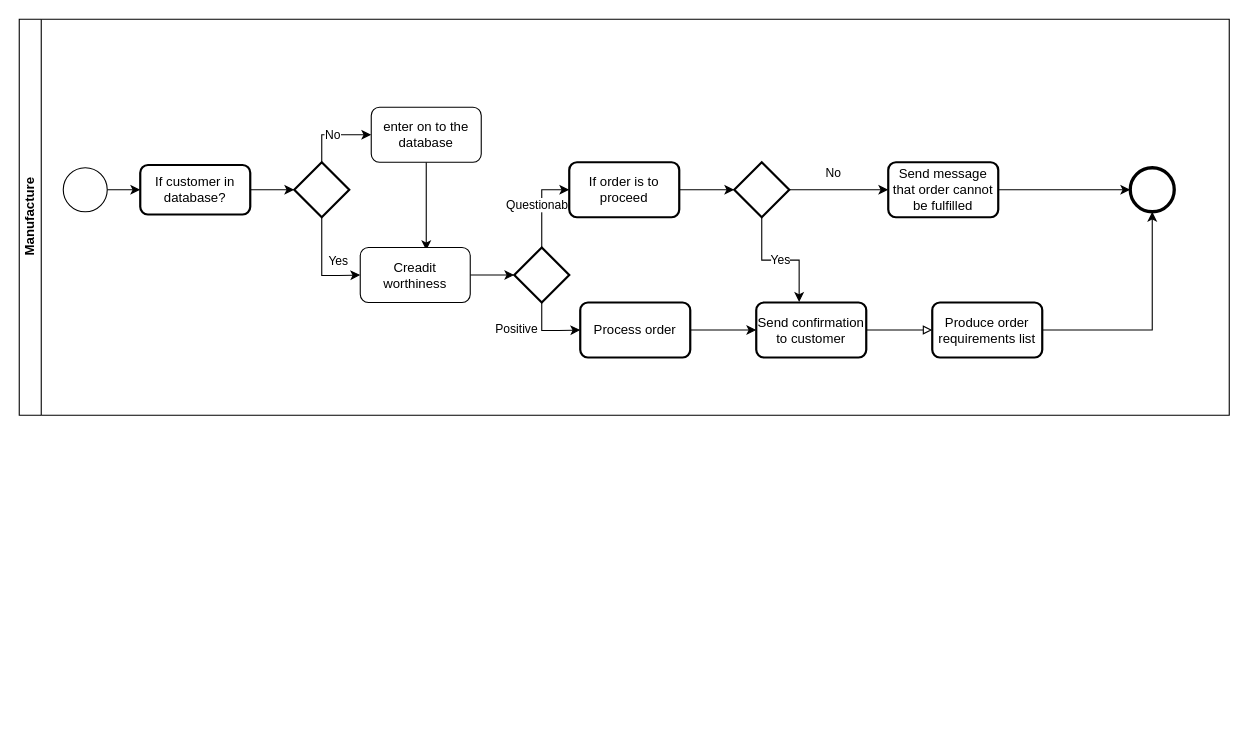
The draw.io diagram Manufacture order procee.drawio in shitanshiwoerzi/test, before the edit. Source tidied: cells renumbered, new cells numbered last; positions are measured from the earlier drawing's top-left corner, leaving out a move shared by most shapes. Both pictures are drawn from the tidied source at 110%, with x=0, y=0 at pixel (19, 19).
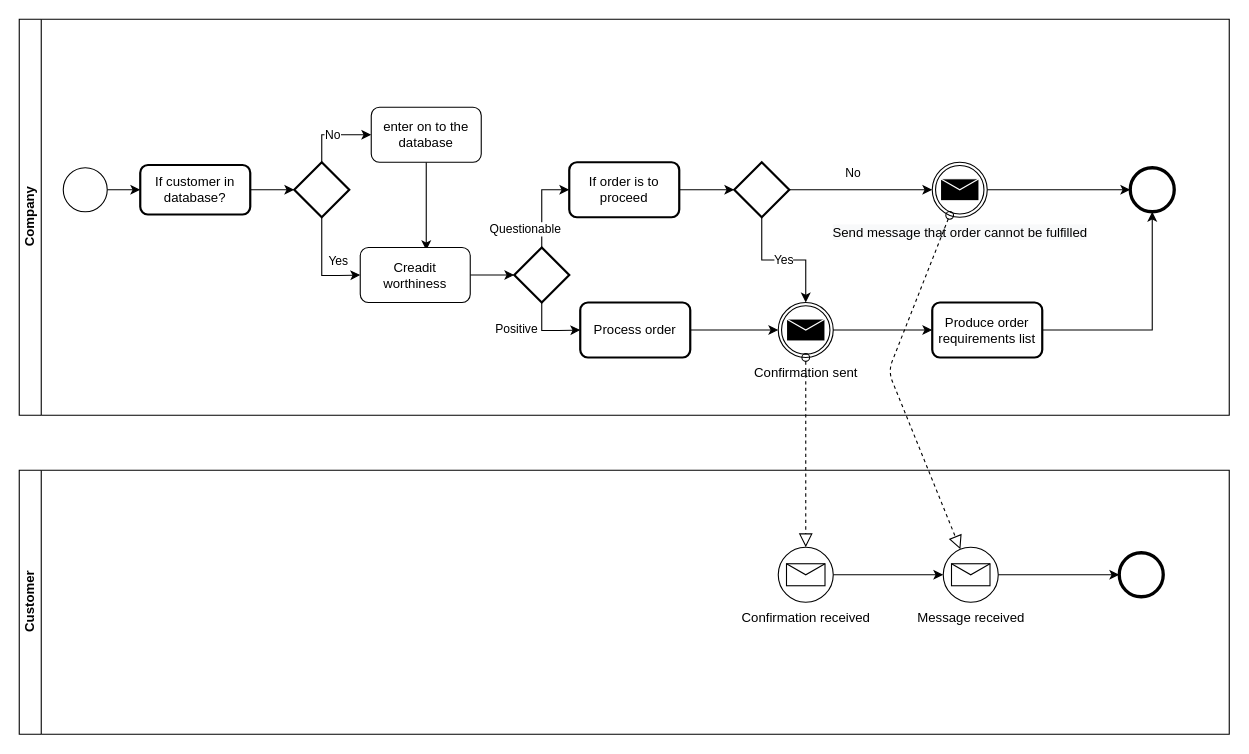
The same page after the edit.

Unchanged cells that the change refers to:
```xml
<mxCell id="6" value="Process order" style="rounded=1;whiteSpace=wrap;html=1;absoluteArcSize=1;arcSize=14;strokeWidth=2;" parent="1" vertex="1">
  <mxGeometry x="510" y="257.5" width="100" height="50" as="geometry" />
</mxCell>
<mxCell id="13" style="strokeWidth=2;html=1;shape=mxgraph.flowchart.decision;whiteSpace=wrap;" parent="1" vertex="1">
  <mxGeometry x="450" y="207.5" width="50" height="50" as="geometry" />
</mxCell>
<mxCell id="18" style="strokeWidth=2;html=1;shape=mxgraph.flowchart.decision;whiteSpace=wrap;" parent="1" vertex="1">
  <mxGeometry x="650" y="130" width="50" height="50" as="geometry" />
</mxCell>
<mxCell id="22" value="Produce order requirements&amp;nbsp;list" style="rounded=1;whiteSpace=wrap;html=1;absoluteArcSize=1;arcSize=14;strokeWidth=2;" parent="1" vertex="1">
  <mxGeometry x="830" y="257.5" width="100" height="50" as="geometry" />
</mxCell>
<mxCell id="29" style="shape=mxgraph.bpmn.shape;html=1;verticalLabelPosition=bottom;labelBackgroundColor=#ffffff;verticalAlign=top;align=center;perimeter=ellipsePerimeter;outlineConnect=0;outline=end;symbol=general;" parent="1" vertex="1">
  <mxGeometry x="1010" y="135" width="40" height="40" as="geometry" />
</mxCell>
```

Diff of the diagram source:
```diff
@@
-    <mxCell id="5" style="edgeStyle=orthogonalEdgeStyle;rounded=0;jettySize=auto;html=1;entryX=0;entryY=0.5;entryDx=0;entryDy=0;" parent="1" edge="1" source="6" target="8">
-      <mxGeometry relative="1" as="geometry" />
-    </mxCell>
+    <mxCell id="31" style="edgeStyle=orthogonalEdgeStyle;rounded=0;jettySize=auto;html=1;entryX=0;entryY=0.5;entryDx=0;entryDy=0;" parent="1" edge="1" source="6" target="32">
+      <mxGeometry relative="1" as="geometry" />
+    </mxCell>
@@
-    <mxCell id="7" style="edgeStyle=orthogonalEdgeStyle;rounded=0;jettySize=auto;html=1;endArrow=block;endFill=0;strokeColor=#000000;" parent="1" edge="1" source="8" target="22">
-      <mxGeometry relative="1" as="geometry" />
-    </mxCell>
-    <mxCell id="8" value="Send confirmation to customer" style="rounded=1;whiteSpace=wrap;html=1;absoluteArcSize=1;arcSize=14;strokeWidth=2;" parent="1" vertex="1">
-      <mxGeometry x="670" y="257.5" width="100" height="50" as="geometry" />
-    </mxCell>
@@
     <mxCell id="11" value="Questionable" style="edgeStyle=orthogonalEdgeStyle;rounded=0;jettySize=auto;html=1;entryX=0;entryY=0.5;entryDx=0;entryDy=0;" parent="1" edge="1" source="13" target="15">
-      <mxGeometry relative="1" as="geometry" />
+      <mxGeometry x="-0.55" y="15" relative="1" as="geometry" />
     </mxCell>
@@
-    <mxCell id="15" value="If order is to proceed" style="rounded=1;whiteSpace=wrap;html=1;absoluteArcSize=1;arcSize=14;strokeWidth=2;" parent="1" vertex="1">
-      <mxGeometry x="500" y="130" width="100" height="50" as="geometry" />
-    </mxCell>
@@
-    <mxCell id="17" value="Yes" style="edgeStyle=orthogonalEdgeStyle;rounded=0;jettySize=auto;html=1;entryX=0.39;entryY=-0.01;entryDx=0;entryDy=0;entryPerimeter=0;" parent="1" edge="1" source="18" target="8">
-      <mxGeometry relative="1" as="geometry">
-        <Array as="points">
-          <mxPoint x="675" y="219" />
-          <mxPoint x="709" y="219" />
-        </Array>
-      </mxGeometry>
+    <mxCell id="17" value="Yes" style="edgeStyle=orthogonalEdgeStyle;rounded=0;jettySize=auto;html=1;entryX=0.5;entryY=0;entryDx=0;entryDy=0;" parent="1" edge="1" source="18" target="32">
+      <mxGeometry relative="1" as="geometry" />
     </mxCell>
@@
-    <mxCell id="19" style="edgeStyle=orthogonalEdgeStyle;rounded=0;jettySize=auto;html=1;entryX=0;entryY=0.5;entryDx=0;entryDy=0;" parent="1" edge="1" source="20" target="29">
+    <mxCell id="19" style="edgeStyle=orthogonalEdgeStyle;rounded=0;jettySize=auto;html=1;entryX=0;entryY=0.5;entryDx=0;entryDy=0;exitX=1;exitY=0.5;exitDx=0;exitDy=0;" parent="1" edge="1" source="20" target="29">
       <mxGeometry relative="1" as="geometry" />
     </mxCell>
-    <mxCell id="20" value="Send message that order cannot be fulfilled" style="rounded=1;whiteSpace=wrap;html=1;absoluteArcSize=1;arcSize=14;strokeWidth=2;" parent="1" vertex="1">
-      <mxGeometry x="790" y="130" width="100" height="50" as="geometry" />
-    </mxCell>
@@
-    <mxCell id="30" value="Manufacture" style="swimlane;html=1;horizontal=0;startSize=20;" parent="1" vertex="1">
+    <mxCell id="30" value="Company" style="swimlane;html=1;horizontal=0;startSize=20;" parent="1" vertex="1">
       <mxGeometry width="1100" height="360" as="geometry" />
     </mxCell>
+    <mxCell id="15" value="If order is to proceed" style="rounded=1;whiteSpace=wrap;html=1;absoluteArcSize=1;arcSize=14;strokeWidth=2;" parent="30" vertex="1">
+      <mxGeometry x="500" y="130" width="100" height="50" as="geometry" />
+    </mxCell>
+    <mxCell id="32" value="Confirmation sent" style="shape=mxgraph.bpmn.shape;html=1;verticalLabelPosition=bottom;labelBackgroundColor=#ffffff;verticalAlign=top;align=center;perimeter=ellipsePerimeter;outlineConnect=0;outline=throwing;symbol=message;" parent="30" vertex="1">
+      <mxGeometry x="690" y="257.5" width="50" height="50" as="geometry" />
+    </mxCell>
+    <mxCell id="20" value="&lt;span style=&quot;background-color: rgb(248 , 249 , 250)&quot;&gt;Send message that order cannot be fulfilled&lt;/span&gt;" style="shape=mxgraph.bpmn.shape;html=1;verticalLabelPosition=bottom;labelBackgroundColor=#ffffff;verticalAlign=top;align=center;perimeter=ellipsePerimeter;outlineConnect=0;outline=throwing;symbol=message;" parent="30" vertex="1">
+      <mxGeometry x="830" y="130" width="50" height="50" as="geometry" />
+    </mxCell>
+    <mxCell id="33" value="Customer" style="swimlane;html=1;horizontal=0;startSize=20;" parent="1" vertex="1">
+      <mxGeometry y="410" width="1100" height="240" as="geometry" />
+    </mxCell>
+    <mxCell id="34" style="edgeStyle=orthogonalEdgeStyle;rounded=0;jettySize=auto;html=1;entryX=0;entryY=0.5;entryDx=0;entryDy=0;" parent="33" edge="1" source="35" target="37">
+      <mxGeometry relative="1" as="geometry" />
+    </mxCell>
+    <mxCell id="35" value="Confirmation received" style="shape=mxgraph.bpmn.shape;html=1;verticalLabelPosition=bottom;labelBackgroundColor=#ffffff;verticalAlign=top;align=center;perimeter=ellipsePerimeter;outlineConnect=0;outline=standard;symbol=message;" parent="33" vertex="1">
+      <mxGeometry x="690" y="70" width="50" height="50" as="geometry" />
+    </mxCell>
+    <mxCell id="36" style="edgeStyle=orthogonalEdgeStyle;rounded=0;jettySize=auto;html=1;entryX=0;entryY=0.5;entryDx=0;entryDy=0;" parent="33" edge="1" source="37" target="38">
+      <mxGeometry relative="1" as="geometry" />
+    </mxCell>
+    <mxCell id="37" value="Message received" style="shape=mxgraph.bpmn.shape;html=1;verticalLabelPosition=bottom;labelBackgroundColor=#ffffff;verticalAlign=top;align=center;perimeter=ellipsePerimeter;outlineConnect=0;outline=standard;symbol=message;" parent="33" vertex="1">
+      <mxGeometry x="840" y="70" width="50" height="50" as="geometry" />
+    </mxCell>
+    <mxCell id="38" style="shape=mxgraph.bpmn.shape;html=1;verticalLabelPosition=bottom;labelBackgroundColor=#ffffff;verticalAlign=top;align=center;perimeter=ellipsePerimeter;outlineConnect=0;outline=end;symbol=general;" parent="33" vertex="1">
+      <mxGeometry x="1000" y="75" width="40" height="40" as="geometry" />
+    </mxCell>
+    <mxCell id="39" style="edgeStyle=orthogonalEdgeStyle;rounded=0;jettySize=auto;html=1;" parent="1" edge="1" source="32">
+      <mxGeometry relative="1" as="geometry">
+        <mxPoint x="830" y="282.5" as="targetPoint" />
+      </mxGeometry>
+    </mxCell>
+    <mxCell id="40" style="startArrow=oval;startFill=0;startSize=7;endArrow=block;endFill=0;endSize=10;dashed=1;html=1;entryX=0.5;entryY=0;entryDx=0;entryDy=0;" parent="1" edge="1" source="32" target="35">
+      <mxGeometry relative="1" as="geometry" />
+    </mxCell>
+    <mxCell id="41" style="startArrow=oval;startFill=0;startSize=7;endArrow=block;endFill=0;endSize=10;dashed=1;html=1;" parent="1" edge="1" source="20" target="37">
+      <mxGeometry relative="1" as="geometry">
+        <Array as="points">
+          <mxPoint x="790" y="320" />
+        </Array>
+      </mxGeometry>
+    </mxCell>
```
